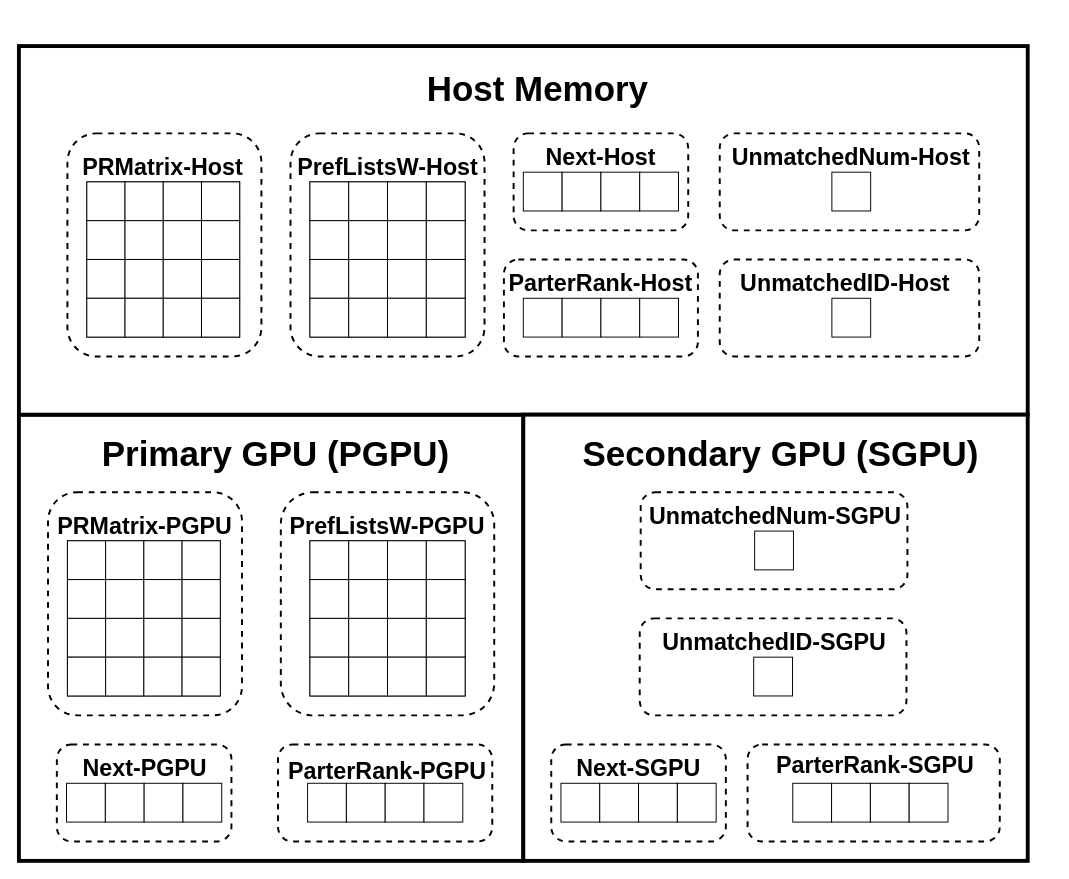
Above: DSInHybridSystem.drawio in victorliu-sq/BambooSMP-Figures (draw.io), before the change. Source tidied: cells renumbered, new cells numbered last; positions are measured from the earlier drawing's top-left corner, leaving out a move shared by most shapes. Both pictures are drawn from the tidied source at 97%, with x=0, y=0 at pixel (18, 46).
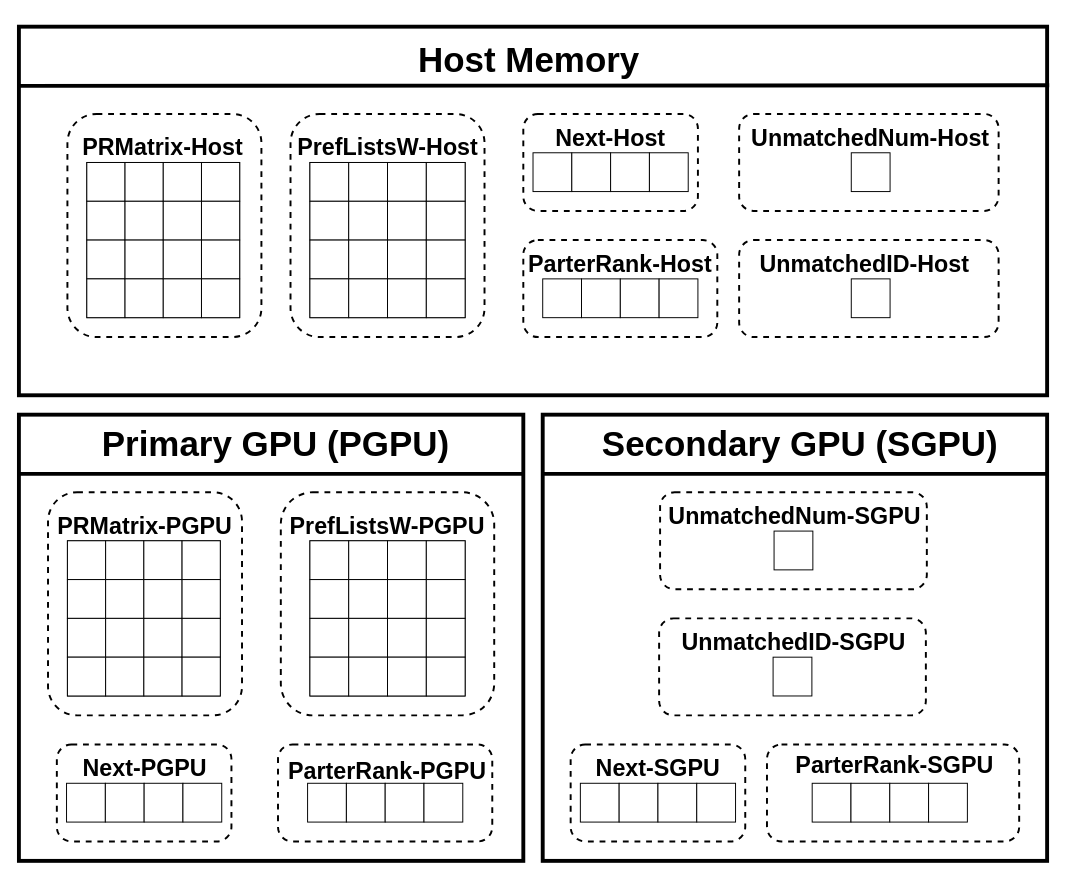
After the change.

The edit, as a diff of the source:
```diff
@@
     <mxCell id="3" style="rounded=0;whiteSpace=wrap;html=1;strokeWidth=4;" parent="1" vertex="1">
-      <mxGeometry width="1040" height="380" as="geometry" />
+      <mxGeometry y="-20" width="1060" height="380" as="geometry" />
     </mxCell>
     <mxCell id="4" style="rounded=0;whiteSpace=wrap;html=1;strokeWidth=4;" parent="1" vertex="1">
-      <mxGeometry x="520" y="380" width="520" height="460" as="geometry" />
+      <mxGeometry x="540" y="380" width="520" height="460" as="geometry" />
     </mxCell>
     <mxCell id="5" style="rounded=1;whiteSpace=wrap;html=1;fillColor=none;strokeWidth=2;dashed=1;" parent="1" vertex="1">
-      <mxGeometry x="722.5" y="220" width="267.5" height="100" as="geometry" />
+      <mxGeometry x="742.5" y="200" width="267.5" height="100" as="geometry" />
     </mxCell>
     <mxCell id="6" style="rounded=1;whiteSpace=wrap;html=1;fillColor=none;strokeWidth=2;dashed=1;" parent="1" vertex="1">
-      <mxGeometry x="722.5" y="90" width="267.5" height="100" as="geometry" />
+      <mxGeometry x="742.5" y="70" width="267.5" height="100" as="geometry" />
     </mxCell>
     <mxCell id="7" style="rounded=1;whiteSpace=wrap;html=1;fillColor=none;strokeWidth=2;dashed=1;" parent="1" vertex="1">
-      <mxGeometry x="510" y="90" width="180" height="100" as="geometry" />
+      <mxGeometry x="520" y="70" width="180" height="100" as="geometry" />
     </mxCell>
     <mxCell id="8" style="rounded=1;whiteSpace=wrap;html=1;fillColor=none;strokeWidth=2;dashed=1;" parent="1" vertex="1">
-      <mxGeometry x="50" y="90" width="200" height="230" as="geometry" />
+      <mxGeometry x="50" y="70" width="200" height="230" as="geometry" />
     </mxCell>
     <mxCell id="9" style="rounded=1;whiteSpace=wrap;html=1;fillColor=none;strokeWidth=2;dashed=1;" parent="1" vertex="1">
-      <mxGeometry x="280" y="90" width="200" height="230" as="geometry" />
+      <mxGeometry x="280" y="70" width="200" height="230" as="geometry" />
     </mxCell>
     <mxCell id="10" style="group;" parent="1" vertex="1">
-      <mxGeometry x="300" y="140" width="160" height="160" as="geometry" />
+      <mxGeometry x="300" y="120" width="160" height="160" as="geometry" />
     </mxCell>
@@
     <mxCell id="28" value="&lt;p style=&quot;font-size: 24px;&quot;&gt;&lt;b style=&quot;font-size: 24px;&quot;&gt;&lt;font style=&quot;font-size: 24px;&quot;&gt;PRMatrix-Host&lt;/font&gt;&lt;/b&gt;&lt;/p&gt;" style="text;html=1;align=center;verticalAlign=middle;whiteSpace=wrap;rounded=0;fontSize=24;" parent="1" vertex="1">
-      <mxGeometry x="63.2" y="110" width="171.2" height="30" as="geometry" />
+      <mxGeometry x="63.2" y="90" width="171.2" height="30" as="geometry" />
     </mxCell>
     <mxCell id="29" value="&lt;p&gt;&lt;b&gt;&lt;font style=&quot;font-size: 24px;&quot;&gt;PrefListsW-Host&lt;/font&gt;&lt;/b&gt;&lt;/p&gt;" style="text;html=1;align=center;verticalAlign=middle;whiteSpace=wrap;rounded=0;" parent="1" vertex="1">
-      <mxGeometry x="283.8" y="110" width="192.5" height="30" as="geometry" />
+      <mxGeometry x="283.8" y="90" width="192.5" height="30" as="geometry" />
     </mxCell>
     <mxCell id="30" style="group;" parent="1" vertex="1">
-      <mxGeometry x="520" y="130" width="160" height="80" as="geometry" />
+      <mxGeometry x="530" y="110" width="160" height="80" as="geometry" />
     </mxCell>
@@
     <mxCell id="35" value="&lt;p style=&quot;font-size: 24px;&quot;&gt;&lt;b style=&quot;font-size: 24px;&quot;&gt;&lt;font style=&quot;font-size: 24px;&quot;&gt;Next-Host&lt;/font&gt;&lt;/b&gt;&lt;/p&gt;" style="text;html=1;align=center;verticalAlign=middle;whiteSpace=wrap;rounded=0;fontSize=24;" parent="1" vertex="1">
-      <mxGeometry x="540" y="100" width="120" height="30" as="geometry" />
+      <mxGeometry x="550" y="80" width="120" height="30" as="geometry" />
     </mxCell>
     <mxCell id="36" style="rounded=1;whiteSpace=wrap;html=1;fillColor=none;strokeWidth=2;dashed=1;" parent="1" vertex="1">
-      <mxGeometry x="500" y="220" width="200" height="100" as="geometry" />
+      <mxGeometry x="520" y="200" width="200" height="100" as="geometry" />
     </mxCell>
     <mxCell id="37" style="group;" parent="1" vertex="1">
-      <mxGeometry x="350" y="260" width="230" height="120" as="geometry" />
+      <mxGeometry x="350" y="240" width="230" height="120" as="geometry" />
     </mxCell>
     <mxCell id="38" style="rounded=0;whiteSpace=wrap;html=1;" parent="37" vertex="1">
-      <mxGeometry x="170" width="40" height="40" as="geometry" />
+      <mxGeometry x="190" width="40" height="40" as="geometry" />
     </mxCell>
     <mxCell id="39" style="rounded=0;whiteSpace=wrap;html=1;" parent="37" vertex="1">
-      <mxGeometry x="210" width="40" height="40" as="geometry" />
+      <mxGeometry x="230" width="40" height="40" as="geometry" />
     </mxCell>
     <mxCell id="40" style="rounded=0;whiteSpace=wrap;html=1;" parent="37" vertex="1">
-      <mxGeometry x="250" width="40" height="40" as="geometry" />
+      <mxGeometry x="270" width="40" height="40" as="geometry" />
     </mxCell>
     <mxCell id="41" style="rounded=0;whiteSpace=wrap;html=1;" parent="37" vertex="1">
-      <mxGeometry x="290" width="40" height="40" as="geometry" />
+      <mxGeometry x="310" width="40" height="40" as="geometry" />
     </mxCell>
     <mxCell id="42" value="&lt;p style=&quot;font-size: 24px;&quot;&gt;&lt;b style=&quot;font-size: 24px;&quot;&gt;&lt;font style=&quot;font-size: 24px;&quot;&gt;ParterRank-Host&lt;/font&gt;&lt;/b&gt;&lt;br style=&quot;font-size: 24px;&quot;&gt;&lt;/p&gt;" style="text;html=1;align=center;verticalAlign=middle;whiteSpace=wrap;rounded=0;fontSize=24;" parent="1" vertex="1">
-      <mxGeometry x="500" y="230" width="200" height="30" as="geometry" />
+      <mxGeometry x="520" y="210" width="200" height="30" as="geometry" />
     </mxCell>
     <mxCell id="43" style="rounded=1;whiteSpace=wrap;html=1;fillColor=none;strokeWidth=2;dashed=1;" parent="1" vertex="1">
-      <mxGeometry x="548.8" y="720" width="180" height="100" as="geometry" />
+      <mxGeometry x="568.8" y="720" width="180" height="100" as="geometry" />
     </mxCell>
     <mxCell id="44" value="&lt;p style=&quot;font-size: 24px;&quot;&gt;&lt;b style=&quot;font-size: 24px;&quot;&gt;&lt;font style=&quot;font-size: 24px;&quot;&gt;Next-SGPU&lt;/font&gt;&lt;/b&gt;&lt;/p&gt;" style="text;html=1;align=center;verticalAlign=middle;whiteSpace=wrap;rounded=0;fontSize=24;" parent="1" vertex="1">
-      <mxGeometry x="560.6" y="730" width="156.2" height="30" as="geometry" />
+      <mxGeometry x="580.6" y="730" width="156.2" height="30" as="geometry" />
     </mxCell>
     <mxCell id="45" value="&lt;b style=&quot;font-size: 36px;&quot;&gt;&lt;font style=&quot;font-size: 36px;&quot;&gt;Secondary GPU (SGPU)&lt;/font&gt;&lt;/b&gt;" style="rounded=1;whiteSpace=wrap;html=1;strokeColor=none;fillColor=none;fontSize=36;" parent="1" vertex="1">
-      <mxGeometry x="566.2" y="400" width="438.6" height="40" as="geometry" />
+      <mxGeometry x="586.2" y="390" width="438.6" height="40" as="geometry" />
     </mxCell>
     <mxCell id="46" style="rounded=0;whiteSpace=wrap;html=1;" parent="1" vertex="1">
-      <mxGeometry x="70" y="140" width="157.6" height="160" as="geometry" />
+      <mxGeometry x="70" y="120" width="157.6" height="160" as="geometry" />
     </mxCell>
     <mxCell id="47" style="rounded=0;whiteSpace=wrap;html=1;" parent="1" vertex="1">
-      <mxGeometry x="70" y="140" width="39.4" height="40" as="geometry" />
+      <mxGeometry x="70" y="120" width="39.4" height="40" as="geometry" />
     </mxCell>
     <mxCell id="48" style="rounded=0;whiteSpace=wrap;html=1;" parent="1" vertex="1">
-      <mxGeometry x="70" y="180" width="39.4" height="40" as="geometry" />
+      <mxGeometry x="70" y="160" width="39.4" height="40" as="geometry" />
     </mxCell>
     <mxCell id="49" style="rounded=0;whiteSpace=wrap;html=1;" parent="1" vertex="1">
-      <mxGeometry x="70" y="220" width="39.4" height="40" as="geometry" />
+      <mxGeometry x="70" y="200" width="39.4" height="40" as="geometry" />
     </mxCell>
     <mxCell id="50" style="rounded=0;whiteSpace=wrap;html=1;" parent="1" vertex="1">
-      <mxGeometry x="70" y="260" width="39.4" height="40" as="geometry" />
+      <mxGeometry x="70" y="240" width="39.4" height="40" as="geometry" />
     </mxCell>
     <mxCell id="51" style="rounded=0;whiteSpace=wrap;html=1;" parent="1" vertex="1">
-      <mxGeometry x="109.4" y="140" width="39.4" height="40" as="geometry" />
+      <mxGeometry x="109.4" y="120" width="39.4" height="40" as="geometry" />
     </mxCell>
     <mxCell id="52" style="rounded=0;whiteSpace=wrap;html=1;" parent="1" vertex="1">
-      <mxGeometry x="109.4" y="180" width="39.4" height="40" as="geometry" />
+      <mxGeometry x="109.4" y="160" width="39.4" height="40" as="geometry" />
     </mxCell>
     <mxCell id="53" style="rounded=0;whiteSpace=wrap;html=1;" parent="1" vertex="1">
-      <mxGeometry x="109.4" y="220" width="39.4" height="40" as="geometry" />
+      <mxGeometry x="109.4" y="200" width="39.4" height="40" as="geometry" />
     </mxCell>
     <mxCell id="54" style="rounded=0;whiteSpace=wrap;html=1;" parent="1" vertex="1">
-      <mxGeometry x="109.4" y="260" width="39.4" height="40" as="geometry" />
+      <mxGeometry x="109.4" y="240" width="39.4" height="40" as="geometry" />
     </mxCell>
     <mxCell id="55" style="rounded=0;whiteSpace=wrap;html=1;" parent="1" vertex="1">
-      <mxGeometry x="148.8" y="140" width="39.4" height="40" as="geometry" />
+      <mxGeometry x="148.8" y="120" width="39.4" height="40" as="geometry" />
     </mxCell>
     <mxCell id="56" style="rounded=0;whiteSpace=wrap;html=1;" parent="1" vertex="1">
-      <mxGeometry x="148.8" y="180" width="39.4" height="40" as="geometry" />
+      <mxGeometry x="148.8" y="160" width="39.4" height="40" as="geometry" />
     </mxCell>
     <mxCell id="57" style="rounded=0;whiteSpace=wrap;html=1;" parent="1" vertex="1">
-      <mxGeometry x="148.8" y="220" width="39.4" height="40" as="geometry" />
+      <mxGeometry x="148.8" y="200" width="39.4" height="40" as="geometry" />
     </mxCell>
     <mxCell id="58" style="rounded=0;whiteSpace=wrap;html=1;" parent="1" vertex="1">
-      <mxGeometry x="148.8" y="260" width="39.4" height="40" as="geometry" />
+      <mxGeometry x="148.8" y="240" width="39.4" height="40" as="geometry" />
     </mxCell>
     <mxCell id="59" style="rounded=0;whiteSpace=wrap;html=1;" parent="1" vertex="1">
-      <mxGeometry x="188.2" y="140" width="39.4" height="40" as="geometry" />
+      <mxGeometry x="188.2" y="120" width="39.4" height="40" as="geometry" />
     </mxCell>
     <mxCell id="60" style="rounded=0;whiteSpace=wrap;html=1;" parent="1" vertex="1">
-      <mxGeometry x="188.2" y="180" width="39.4" height="40" as="geometry" />
+      <mxGeometry x="188.2" y="160" width="39.4" height="40" as="geometry" />
     </mxCell>
     <mxCell id="61" style="rounded=0;whiteSpace=wrap;html=1;" parent="1" vertex="1">
-      <mxGeometry x="188.2" y="220" width="39.4" height="40" as="geometry" />
+      <mxGeometry x="188.2" y="200" width="39.4" height="40" as="geometry" />
     </mxCell>
     <mxCell id="62" style="rounded=0;whiteSpace=wrap;html=1;" parent="1" vertex="1">
-      <mxGeometry x="188.2" y="260" width="39.4" height="40" as="geometry" />
+      <mxGeometry x="188.2" y="240" width="39.4" height="40" as="geometry" />
     </mxCell>
@@
     <mxCell id="65" value="&lt;b style=&quot;font-size: 36px;&quot;&gt;&lt;font style=&quot;font-size: 36px;&quot;&gt;Primary GPU (PGPU)&lt;/font&gt;&lt;/b&gt;" style="rounded=1;whiteSpace=wrap;html=1;strokeColor=none;fillColor=none;fontSize=36;" parent="1" vertex="1">
-      <mxGeometry x="70" y="400" width="390" height="40" as="geometry" />
+      <mxGeometry x="70" y="390" width="390" height="40" as="geometry" />
     </mxCell>
@@
     <mxCell id="80" value="&lt;b style=&quot;&quot;&gt;&lt;font style=&quot;font-size: 36px;&quot;&gt;Host Memory&lt;/font&gt;&lt;/b&gt;" style="rounded=1;whiteSpace=wrap;html=1;strokeColor=none;fillColor=none;strokeWidth=3;fontSize=48;" parent="1" vertex="1">
-      <mxGeometry x="380" width="310" height="80" as="geometry" />
+      <mxGeometry x="371" y="-30" width="310" height="80" as="geometry" />
     </mxCell>
     <mxCell id="81" style="rounded=0;whiteSpace=wrap;html=1;" parent="1" vertex="1">
-      <mxGeometry x="838.1" y="260" width="40" height="40" as="geometry" />
+      <mxGeometry x="858.1" y="240" width="40" height="40" as="geometry" />
     </mxCell>
     <mxCell id="82" style="rounded=0;whiteSpace=wrap;html=1;" parent="1" vertex="1">
-      <mxGeometry x="838.1" y="130" width="40" height="40" as="geometry" />
+      <mxGeometry x="858.1" y="110" width="40" height="40" as="geometry" />
     </mxCell>
     <mxCell id="83" value="&lt;p style=&quot;font-size: 24px;&quot;&gt;&lt;b style=&quot;font-size: 24px;&quot;&gt;&lt;font style=&quot;font-size: 24px;&quot;&gt;UnmatchedNum-Host&lt;/font&gt;&lt;/b&gt;&lt;br style=&quot;font-size: 24px;&quot;&gt;&lt;/p&gt;" style="text;html=1;align=center;verticalAlign=middle;whiteSpace=wrap;rounded=0;fontSize=24;" parent="1" vertex="1">
-      <mxGeometry x="726.2" y="100" width="263.8" height="30" as="geometry" />
+      <mxGeometry x="746.2" y="80" width="263.8" height="30" as="geometry" />
     </mxCell>
     <mxCell id="84" value="&lt;p style=&quot;font-size: 24px;&quot;&gt;&lt;b style=&quot;font-size: 24px;&quot;&gt;&lt;font style=&quot;font-size: 24px;&quot;&gt;UnmatchedID-Host&lt;/font&gt;&lt;/b&gt;&lt;br style=&quot;font-size: 24px;&quot;&gt;&lt;/p&gt;" style="text;html=1;align=center;verticalAlign=middle;whiteSpace=wrap;rounded=0;fontSize=24;" parent="1" vertex="1">
-      <mxGeometry x="722.5" y="230" width="257.5" height="30" as="geometry" />
+      <mxGeometry x="742.5" y="210" width="257.5" height="30" as="geometry" />
     </mxCell>
     <mxCell id="85" style="rounded=1;whiteSpace=wrap;html=1;fillColor=none;strokeWidth=2;dashed=1;" parent="1" vertex="1">
-      <mxGeometry x="640" y="590" width="275" height="100" as="geometry" />
+      <mxGeometry x="660" y="590" width="275" height="100" as="geometry" />
     </mxCell>
     <mxCell id="86" style="rounded=0;whiteSpace=wrap;html=1;" parent="1" vertex="1">
-      <mxGeometry x="757.5" y="630" width="40" height="40" as="geometry" />
+      <mxGeometry x="777.5" y="630" width="40" height="40" as="geometry" />
     </mxCell>
     <mxCell id="87" value="&lt;p style=&quot;font-size: 24px;&quot;&gt;&lt;b style=&quot;font-size: 24px;&quot;&gt;&lt;font style=&quot;font-size: 24px;&quot;&gt;UnmatchedID-SGPU&lt;/font&gt;&lt;/b&gt;&lt;br style=&quot;font-size: 24px;&quot;&gt;&lt;/p&gt;" style="text;html=1;align=center;verticalAlign=middle;whiteSpace=wrap;rounded=0;fontSize=24;" parent="1" vertex="1">
-      <mxGeometry x="646.7" y="600" width="264.4" height="30" as="geometry" />
+      <mxGeometry x="666.7" y="600" width="264.4" height="30" as="geometry" />
     </mxCell>
     <mxCell id="88" style="rounded=0;whiteSpace=wrap;html=1;" parent="1" vertex="1">
-      <mxGeometry x="558.8" y="760" width="40" height="40" as="geometry" />
+      <mxGeometry x="578.8" y="760" width="40" height="40" as="geometry" />
     </mxCell>
     <mxCell id="89" style="rounded=0;whiteSpace=wrap;html=1;" parent="1" vertex="1">
-      <mxGeometry x="598.8" y="760" width="40" height="40" as="geometry" />
+      <mxGeometry x="618.8" y="760" width="40" height="40" as="geometry" />
     </mxCell>
     <mxCell id="90" style="rounded=0;whiteSpace=wrap;html=1;" parent="1" vertex="1">
-      <mxGeometry x="638.8" y="760" width="40" height="40" as="geometry" />
+      <mxGeometry x="658.8" y="760" width="40" height="40" as="geometry" />
     </mxCell>
     <mxCell id="91" style="rounded=0;whiteSpace=wrap;html=1;" parent="1" vertex="1">
-      <mxGeometry x="678.8" y="760" width="40" height="40" as="geometry" />
+      <mxGeometry x="698.8" y="760" width="40" height="40" as="geometry" />
     </mxCell>
@@
     <mxCell id="131" style="rounded=1;whiteSpace=wrap;html=1;fillColor=none;strokeWidth=2;dashed=1;" parent="1" vertex="1">
-      <mxGeometry x="751.2" y="720" width="260" height="100" as="geometry" />
+      <mxGeometry x="771.2" y="720" width="260" height="100" as="geometry" />
     </mxCell>
     <mxCell id="132" style="group;" parent="1" vertex="1">
-      <mxGeometry x="797.8" y="760" width="160" height="80" as="geometry" />
+      <mxGeometry x="817.8" y="760" width="160" height="80" as="geometry" />
     </mxCell>
@@
     <mxCell id="138" value="&lt;p style=&quot;font-size: 24px;&quot;&gt;&lt;b style=&quot;font-size: 24px;&quot;&gt;&lt;font style=&quot;font-size: 24px;&quot;&gt;ParterRank-SGPU&lt;/font&gt;&lt;/b&gt;&lt;/p&gt;" style="text;html=1;align=center;verticalAlign=middle;whiteSpace=wrap;rounded=0;fontSize=24;" parent="1" vertex="1">
-      <mxGeometry x="772.6" y="723.2" width="220" height="36.9" as="geometry" />
+      <mxGeometry x="792.6" y="723.2" width="220" height="36.9" as="geometry" />
     </mxCell>
     <mxCell id="139" style="rounded=1;whiteSpace=wrap;html=1;fillColor=none;strokeWidth=2;dashed=1;" parent="1" vertex="1">
-      <mxGeometry x="641" y="460" width="275" height="100" as="geometry" />
+      <mxGeometry x="661" y="460" width="275" height="100" as="geometry" />
     </mxCell>
     <mxCell id="140" style="rounded=0;whiteSpace=wrap;html=1;" parent="1" vertex="1">
-      <mxGeometry x="758.5" y="500" width="40" height="40" as="geometry" />
+      <mxGeometry x="778.5" y="500" width="40" height="40" as="geometry" />
     </mxCell>
     <mxCell id="141" value="&lt;p style=&quot;font-size: 24px;&quot;&gt;&lt;b style=&quot;font-size: 24px;&quot;&gt;&lt;font style=&quot;font-size: 24px;&quot;&gt;UnmatchedNum-SGPU&lt;/font&gt;&lt;/b&gt;&lt;br style=&quot;font-size: 24px;&quot;&gt;&lt;/p&gt;" style="text;html=1;align=center;verticalAlign=middle;whiteSpace=wrap;rounded=0;fontSize=24;" parent="1" vertex="1">
-      <mxGeometry x="647.7" y="470" width="264.4" height="30" as="geometry" />
+      <mxGeometry x="667.7" y="470" width="264.4" height="30" as="geometry" />
     </mxCell>
+    <mxCell id="142" style="endArrow=none;html=1;rounded=0;exitX=0.001;exitY=0.108;exitDx=0;exitDy=0;exitPerimeter=0;strokeWidth=4;entryX=1.002;entryY=0.159;entryDx=0;entryDy=0;entryPerimeter=0;" parent="1" edge="1" target="3">
+      <mxGeometry relative="1" as="geometry">
+        <mxPoint x="1" y="41" as="sourcePoint" />
+      </mxGeometry>
+    </mxCell>
+    <mxCell id="143" style="endArrow=none;html=1;rounded=0;exitX=0.001;exitY=0.108;exitDx=0;exitDy=0;exitPerimeter=0;strokeWidth=4;" parent="1" edge="1">
+      <mxGeometry relative="1" as="geometry">
+        <mxPoint x="1" y="441" as="sourcePoint" />
+        <mxPoint x="520" y="441" as="targetPoint" />
+      </mxGeometry>
+    </mxCell>
+    <mxCell id="144" style="endArrow=none;html=1;rounded=0;exitX=0.001;exitY=0.108;exitDx=0;exitDy=0;exitPerimeter=0;strokeWidth=4;" parent="1" edge="1">
+      <mxGeometry relative="1" as="geometry">
+        <mxPoint x="541" y="441" as="sourcePoint" />
+        <mxPoint x="1060" y="441" as="targetPoint" />
+      </mxGeometry>
+    </mxCell>
```
